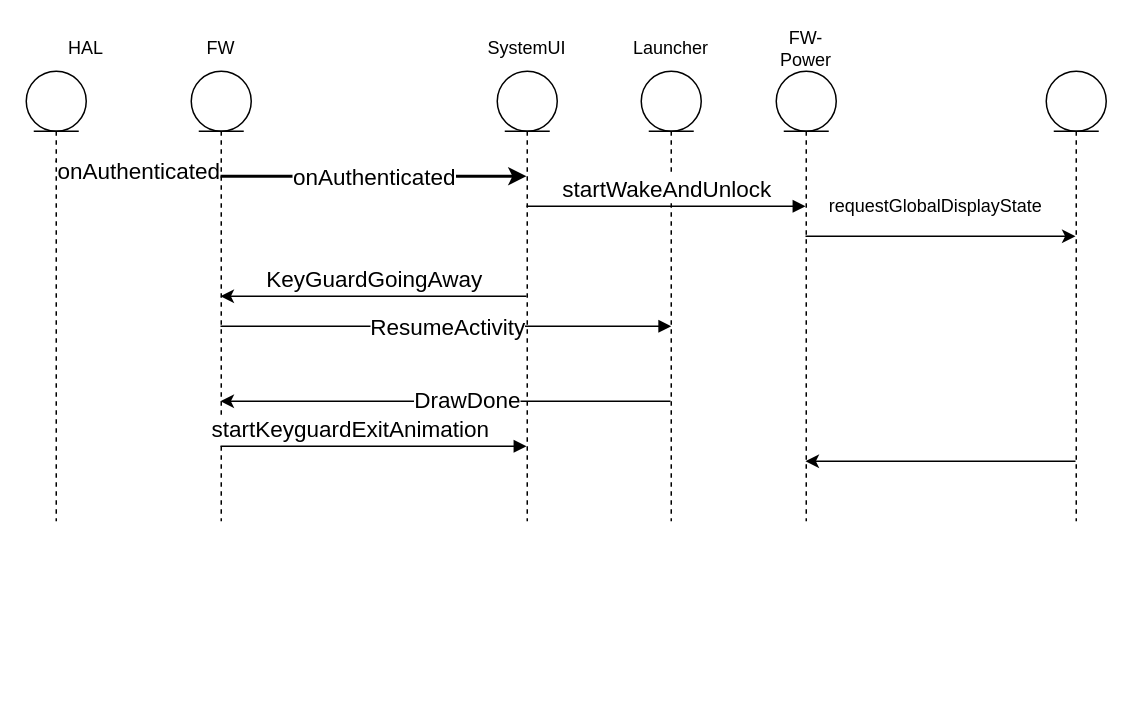
shcalm/wx_pplab keeps this draw.io diagram as screenoff.drawio. Above is the earlier version. Source tidied: cells renumbered, new cells numbered last; positions are measured from the earlier drawing's top-left corner, leaving out a move shared by most shapes. Both pictures are drawn from the tidied source at 150%, with x=0, y=0 at pixel (26, 26).
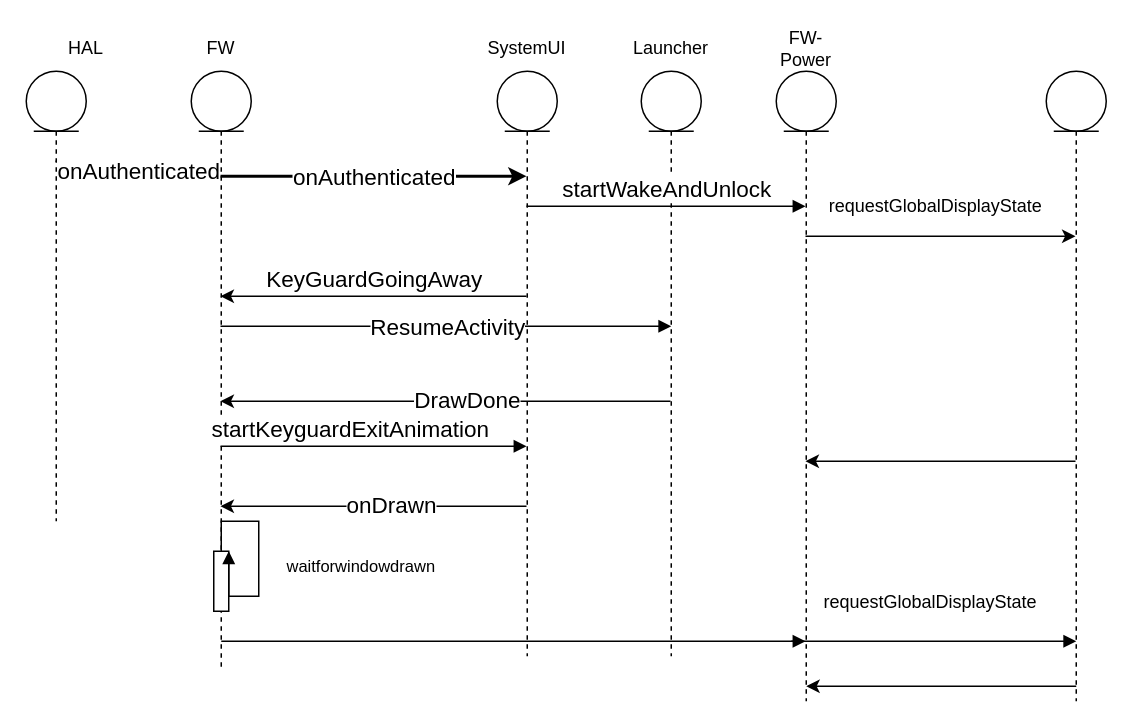
The same page after the edit.

Diff of the diagram source:
```diff
@@
     <mxCell id="7" style="shape=umlLifeline;participant=umlEntity;perimeter=lifelinePerimeter;whiteSpace=wrap;html=1;verticalAlign=top;spacingTop=36;outlineConnect=0;" parent="1" vertex="1">
-      <mxGeometry x="110" y="30" width="40" height="300" as="geometry" />
+      <mxGeometry x="110" y="30" width="40" height="400" as="geometry" />
     </mxCell>
+    <mxCell id="24" style="html=1;points=[];perimeter=orthogonalPerimeter;" parent="7" vertex="1">
+      <mxGeometry x="15" y="320" width="10" height="40" as="geometry" />
+    </mxCell>
+    <mxCell id="25" value="waitforwindowdrawn" style="edgeStyle=orthogonalEdgeStyle;html=1;align=left;spacingLeft=2;endArrow=block;rounded=0;entryX=1;entryY=0;" parent="7" edge="1" source="24" target="24">
+      <mxGeometry x="0.03" y="15" relative="1" as="geometry">
+        <Array as="points">
+          <mxPoint x="20" y="300" />
+          <mxPoint x="45" y="300" />
+          <mxPoint x="45" y="350" />
+          <mxPoint x="25" y="350" />
+        </Array>
+      </mxGeometry>
+    </mxCell>
@@
     <mxCell id="10" style="shape=umlLifeline;participant=umlEntity;perimeter=lifelinePerimeter;whiteSpace=wrap;html=1;verticalAlign=top;spacingTop=36;outlineConnect=0;" parent="1" vertex="1">
-      <mxGeometry x="500" y="30" width="40" height="300" as="geometry" />
+      <mxGeometry x="500" y="30" width="40" height="420" as="geometry" />
     </mxCell>
@@
     <mxCell id="13" style="shape=umlLifeline;participant=umlEntity;perimeter=lifelinePerimeter;whiteSpace=wrap;html=1;verticalAlign=top;spacingTop=36;outlineConnect=0;" parent="1" vertex="1">
-      <mxGeometry x="314" y="30" width="40" height="300" as="geometry" />
+      <mxGeometry x="314" y="30" width="40" height="390" as="geometry" />
     </mxCell>
@@
     <mxCell id="17" style="shape=umlLifeline;participant=umlEntity;perimeter=lifelinePerimeter;whiteSpace=wrap;html=1;verticalAlign=top;spacingTop=36;outlineConnect=0;" parent="1" vertex="1">
-      <mxGeometry x="410" y="30" width="40" height="300" as="geometry" />
+      <mxGeometry x="410" y="30" width="40" height="390" as="geometry" />
     </mxCell>
@@
     <mxCell id="23" style="shape=umlLifeline;participant=umlEntity;perimeter=lifelinePerimeter;whiteSpace=wrap;html=1;verticalAlign=top;spacingTop=36;outlineConnect=0;" parent="1" vertex="1">
-      <mxGeometry x="680" y="30" width="40" height="300" as="geometry" />
+      <mxGeometry x="680" y="30" width="40" height="420" as="geometry" />
     </mxCell>
+    <mxCell id="26" style="edgeStyle=orthogonalEdgeStyle;rounded=0;jettySize=auto;html=1;verticalAlign=top;horizontal=1;fontSize=15;" parent="1" edge="1" source="13" target="7">
+      <mxGeometry relative="1" as="geometry">
+        <Array as="points">
+          <mxPoint x="190" y="320" />
+          <mxPoint x="190" y="320" />
+        </Array>
+      </mxGeometry>
+    </mxCell>
+    <mxCell id="27" value="onDrawn" style="edgeLabel;html=1;align=right;verticalAlign=bottom;fontSize=15;labelPosition=left;verticalLabelPosition=top;" parent="26" vertex="1">
+      <mxGeometry x="-0.16" relative="1" as="geometry">
+        <mxPoint x="26.5" y="10" as="offset" />
+      </mxGeometry>
+    </mxCell>
+    <mxCell id="28" style="html=1;verticalAlign=bottom;labelBackgroundColor=none;endArrow=block;endFill=1;" parent="1" edge="1" target="10">
+      <mxGeometry relative="1" as="geometry">
+        <mxPoint x="130" y="410" as="sourcePoint" />
+      </mxGeometry>
+    </mxCell>
+    <mxCell id="29" style="html=1;verticalAlign=bottom;labelBackgroundColor=none;endArrow=block;endFill=1;" parent="1" edge="1">
+      <mxGeometry relative="1" as="geometry">
+        <mxPoint x="510" y="410" as="sourcePoint" />
+        <mxPoint x="700" y="410" as="targetPoint" />
+      </mxGeometry>
+    </mxCell>
+    <mxCell id="30" style="edgeStyle=orthogonalEdgeStyle;rounded=0;orthogonalLoop=1;jettySize=auto;html=1;strokeWidth=1;fontSize=15;" parent="1" edge="1">
+      <mxGeometry relative="1" as="geometry">
+        <mxPoint x="700" y="440" as="sourcePoint" />
+        <mxPoint x="520" y="440" as="targetPoint" />
+        <Array as="points">
+          <mxPoint x="610.5" y="440" />
+          <mxPoint x="610.5" y="440" />
+        </Array>
+      </mxGeometry>
+    </mxCell>
+    <mxCell id="31" value="&lt;span style=&quot;color: rgb(0, 0, 0); font-family: sans-serif; font-size: 12px; font-style: normal; font-weight: 400; letter-spacing: normal; text-align: center; text-indent: 0px; text-transform: none; word-spacing: 0px; background-color: rgb(255, 255, 255); display: inline; float: none;&quot;&gt;requestGlobalDisplayState&lt;/span&gt;" style="text;whiteSpace=wrap;html=1;" parent="1" vertex="1">
+      <mxGeometry x="530" y="370" width="180" height="30" as="geometry" />
+    </mxCell>
```
